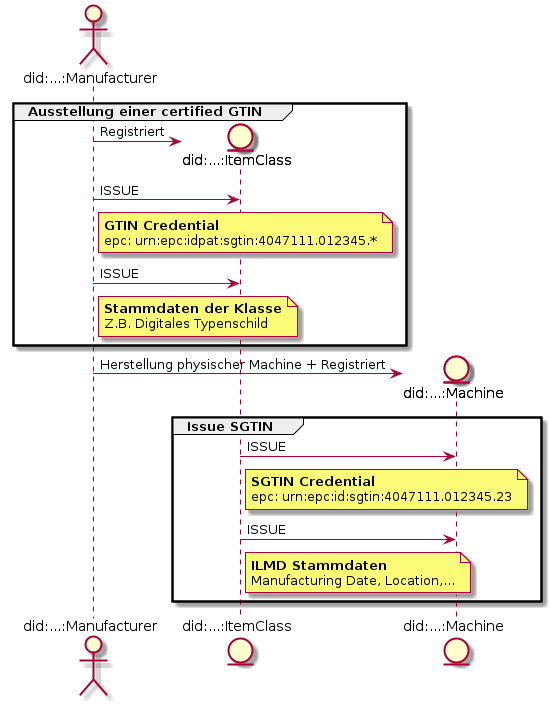
gs1-germany-innolab/CertifiedByGS1-I4.0-OnePager keeps this PlantUML diagram as pics/certified-gs1-ids-2-GTIN.png. Above is the earlier version. Source of this version:
```plantuml
@startuml
skinparam responseMessageBelowArrow true


actor "did:...:Manufacturer" as Manufacturer
entity "did:...:ItemClass" as gtin
entity "did:...:Machine" as Machine


group Ausstellung einer certified GTIN
    Manufacturer -> gtin ** : Registriert
    Manufacturer -> gtin : ISSUE
    note right of Manufacturer
        <b>GTIN Credential</b>
        epc: urn:epc:idpat:sgtin:4047111.012345.*
    end note

    Manufacturer -> gtin : ISSUE

    note right of Manufacturer
        <b>Stammdaten der Klasse</b>
        Z.B. Digitales Typenschild
    end note

end

Manufacturer -> Machine ** : Herstellung physischer Machine + Registriert


group Issue SGTIN
    gtin -> Machine : ISSUE
    note right of gtin
        <b>SGTIN Credential</b>
        epc: urn:epc:id:sgtin:4047111.012345.23
    end note

    gtin -> Machine : ISSUE
    note right of gtin
        <b>ILMD Stammdaten</b>
        Manufacturing Date, Location,...
    end note
end



@enduml
```
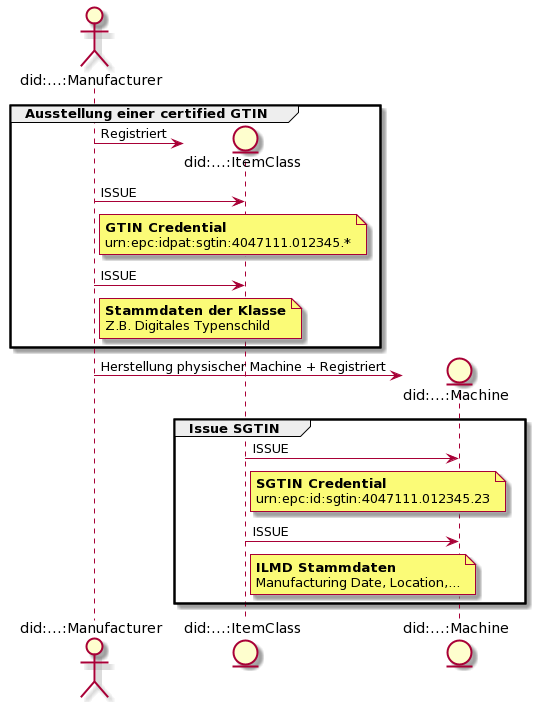
After the commit.

Diff of the diagram source:
```diff
@@ -12,7 +12,7 @@
     Manufacturer -> gtin : ISSUE
     note right of Manufacturer
         <b>GTIN Credential</b>
-        epc: urn:epc:idpat:sgtin:4047111.012345.*
+        urn:epc:idpat:sgtin:4047111.012345.*
     end note
 
     Manufacturer -> gtin : ISSUE
@@ -31,7 +31,7 @@
     gtin -> Machine : ISSUE
     note right of gtin
         <b>SGTIN Credential</b>
-        epc: urn:epc:id:sgtin:4047111.012345.23
+        urn:epc:id:sgtin:4047111.012345.23
     end note
 
     gtin -> Machine : ISSUE
@@ -40,7 +40,4 @@
         Manufacturing Date, Location,...
     end note
 end
-
-
-
 @enduml
```
